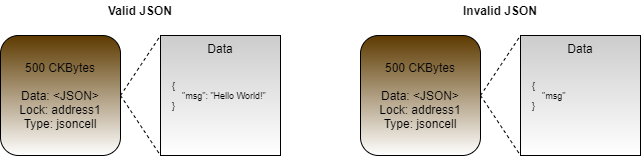
Before: .gitbook/assets/valid-invalid.png, a diagram exported from draw.io (jordanmack/developer-training-course-documentation). Source tidied: cells renumbered, new cells last; positions are measured from the earlier drawing's top-left corner, leaving out a move shared by most shapes. Source of this version:
```xml
<mxGraphModel>
  <root>
    <mxCell id="0" />
    <mxCell id="1" parent="0" />
    <mxCell id="2" value="500 CKBytes&lt;br style=&quot;font-size: 12px;&quot;&gt;&lt;br style=&quot;font-size: 12px;&quot;&gt;Data: &amp;lt;JSON&amp;gt;&lt;br style=&quot;font-size: 12px;&quot;&gt;Lock: address1&lt;br style=&quot;font-size: 12px;&quot;&gt;Type: jsoncell" style="rounded=1;whiteSpace=wrap;html=1;fontSize=12;gradientColor=#ffffff;fillColor=#5D3A00;" parent="1" vertex="1">
      <mxGeometry y="35" width="120" height="120" as="geometry" />
    </mxCell>
    <mxCell id="3" value="&lt;div&gt;&lt;span&gt;Data&lt;/span&gt;&lt;/div&gt;" style="rounded=0;whiteSpace=wrap;html=1;gradientColor=#ffffff;fillColor=#CCCCCC;verticalAlign=top;align=center;" parent="1" vertex="1">
      <mxGeometry x="160" y="35" width="120" height="120" as="geometry" />
    </mxCell>
    <mxCell id="4" style="endArrow=none;dashed=1;html=1;exitX=1;exitY=0.5;exitDx=0;exitDy=0;entryX=0;entryY=0;entryDx=0;entryDy=0;" parent="1" edge="1" source="2" target="3">
      <mxGeometry relative="1" as="geometry" />
    </mxCell>
    <mxCell id="5" style="endArrow=none;dashed=1;html=1;exitX=1;exitY=0.5;exitDx=0;exitDy=0;entryX=0;entryY=1;entryDx=0;entryDy=0;" parent="1" edge="1" source="2" target="3">
      <mxGeometry relative="1" as="geometry" />
    </mxCell>
    <mxCell id="6" value="&lt;font style=&quot;font-size: 9px;&quot;&gt;{&lt;br style=&quot;font-size: 9px;&quot;&gt;&amp;nbsp; &amp;nbsp; &quot;msg&quot;: &quot;Hello World!&quot;&lt;br style=&quot;font-size: 9px;&quot;&gt;}&lt;/font&gt;" style="text;html=1;strokeColor=none;fillColor=none;align=left;verticalAlign=middle;whiteSpace=wrap;rounded=0;fontSize=9;" parent="1" vertex="1">
      <mxGeometry x="170" y="72.5" width="100" height="45" as="geometry" />
    </mxCell>
    <mxCell id="7" value="500 CKBytes&lt;br style=&quot;font-size: 12px;&quot;&gt;&lt;br style=&quot;font-size: 12px;&quot;&gt;Data: &amp;lt;JSON&amp;gt;&lt;br style=&quot;font-size: 12px;&quot;&gt;Lock: address1&lt;br style=&quot;font-size: 12px;&quot;&gt;Type: jsoncell" style="rounded=1;whiteSpace=wrap;html=1;fontSize=12;gradientColor=#ffffff;fillColor=#5D3A00;" parent="1" vertex="1">
      <mxGeometry x="360" y="35" width="120" height="120" as="geometry" />
    </mxCell>
    <mxCell id="8" value="&lt;div&gt;&lt;span&gt;Data&lt;/span&gt;&lt;/div&gt;" style="rounded=0;whiteSpace=wrap;html=1;gradientColor=#ffffff;fillColor=#CCCCCC;verticalAlign=top;align=center;" parent="1" vertex="1">
      <mxGeometry x="520" y="35" width="120" height="120" as="geometry" />
    </mxCell>
    <mxCell id="9" style="endArrow=none;dashed=1;html=1;exitX=1;exitY=0.5;exitDx=0;exitDy=0;entryX=0;entryY=0;entryDx=0;entryDy=0;" parent="1" edge="1" source="7" target="8">
      <mxGeometry relative="1" as="geometry" />
    </mxCell>
    <mxCell id="10" style="endArrow=none;dashed=1;html=1;exitX=1;exitY=0.5;exitDx=0;exitDy=0;entryX=0;entryY=1;entryDx=0;entryDy=0;" parent="1" edge="1" source="7" target="8">
      <mxGeometry relative="1" as="geometry" />
    </mxCell>
    <mxCell id="11" value="&lt;font style=&quot;font-size: 9px&quot;&gt;{&lt;br style=&quot;font-size: 9px&quot;&gt;&amp;nbsp; &amp;nbsp; &quot;msg&quot;&lt;br style=&quot;font-size: 9px&quot;&gt;}&lt;/font&gt;" style="text;html=1;strokeColor=none;fillColor=none;align=left;verticalAlign=middle;whiteSpace=wrap;rounded=0;fontSize=9;" parent="1" vertex="1">
      <mxGeometry x="530" y="72.5" width="100" height="45" as="geometry" />
    </mxCell>
    <mxCell id="12" value="Valid JSON" style="text;html=1;strokeColor=none;fillColor=none;align=center;verticalAlign=middle;whiteSpace=wrap;rounded=0;fontSize=12;fontStyle=1;" parent="1" vertex="1">
      <mxGeometry x="90" width="100" height="20" as="geometry" />
    </mxCell>
    <mxCell id="13" value="Invalid JSON" style="text;html=1;strokeColor=none;fillColor=none;align=center;verticalAlign=middle;whiteSpace=wrap;rounded=0;fontSize=12;fontStyle=1;" parent="1" vertex="1">
      <mxGeometry x="450" width="100" height="20" as="geometry" />
    </mxCell>
  </root>
</mxGraphModel>
```
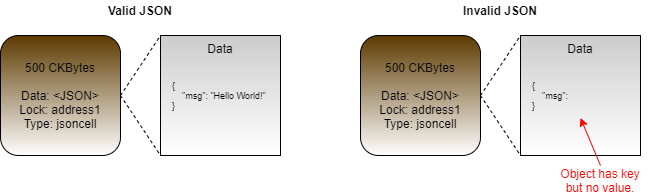
The same diagram one commit later.

Commit message:
GitBook: [master] no pages and one asset modified

Change to the diagram source:
```diff
@@ -29,7 +29,7 @@
     <mxCell id="10" style="endArrow=none;dashed=1;html=1;exitX=1;exitY=0.5;exitDx=0;exitDy=0;entryX=0;entryY=1;entryDx=0;entryDy=0;" parent="1" edge="1" source="7" target="8">
       <mxGeometry relative="1" as="geometry" />
     </mxCell>
-    <mxCell id="11" value="&lt;font style=&quot;font-size: 9px&quot;&gt;{&lt;br style=&quot;font-size: 9px&quot;&gt;&amp;nbsp; &amp;nbsp; &quot;msg&quot;&lt;br style=&quot;font-size: 9px&quot;&gt;}&lt;/font&gt;" style="text;html=1;strokeColor=none;fillColor=none;align=left;verticalAlign=middle;whiteSpace=wrap;rounded=0;fontSize=9;" parent="1" vertex="1">
+    <mxCell id="11" value="&lt;font style=&quot;font-size: 9px&quot;&gt;{&lt;br style=&quot;font-size: 9px&quot;&gt;&amp;nbsp; &amp;nbsp; &quot;msg&quot;:&lt;br style=&quot;font-size: 9px&quot;&gt;}&lt;/font&gt;" style="text;html=1;strokeColor=none;fillColor=none;align=left;verticalAlign=middle;whiteSpace=wrap;rounded=0;fontSize=9;" parent="1" vertex="1">
       <mxGeometry x="530" y="72.5" width="100" height="45" as="geometry" />
     </mxCell>
     <mxCell id="12" value="Valid JSON" style="text;html=1;strokeColor=none;fillColor=none;align=center;verticalAlign=middle;whiteSpace=wrap;rounded=0;fontSize=12;fontStyle=1;" parent="1" vertex="1">
@@ -38,5 +38,11 @@
     <mxCell id="13" value="Invalid JSON" style="text;html=1;strokeColor=none;fillColor=none;align=center;verticalAlign=middle;whiteSpace=wrap;rounded=0;fontSize=12;fontStyle=1;" parent="1" vertex="1">
       <mxGeometry x="450" width="100" height="20" as="geometry" />
     </mxCell>
+    <mxCell id="14" value="Object has key but no value." style="text;html=1;strokeColor=none;fillColor=none;align=center;verticalAlign=middle;whiteSpace=wrap;rounded=0;fontColor=#FF0000;" parent="1" vertex="1">
+      <mxGeometry x="550" y="165" width="100" height="30" as="geometry" />
+    </mxCell>
+    <mxCell id="15" style="endArrow=classic;html=1;fontColor=#FF0000;strokeColor=#FF0000;exitX=0.5;exitY=0;exitDx=0;exitDy=0;entryX=0.5;entryY=1;entryDx=0;entryDy=0;" parent="1" edge="1" source="14" target="11">
+      <mxGeometry relative="1" as="geometry" />
+    </mxCell>
   </root>
 </mxGraphModel>
```
